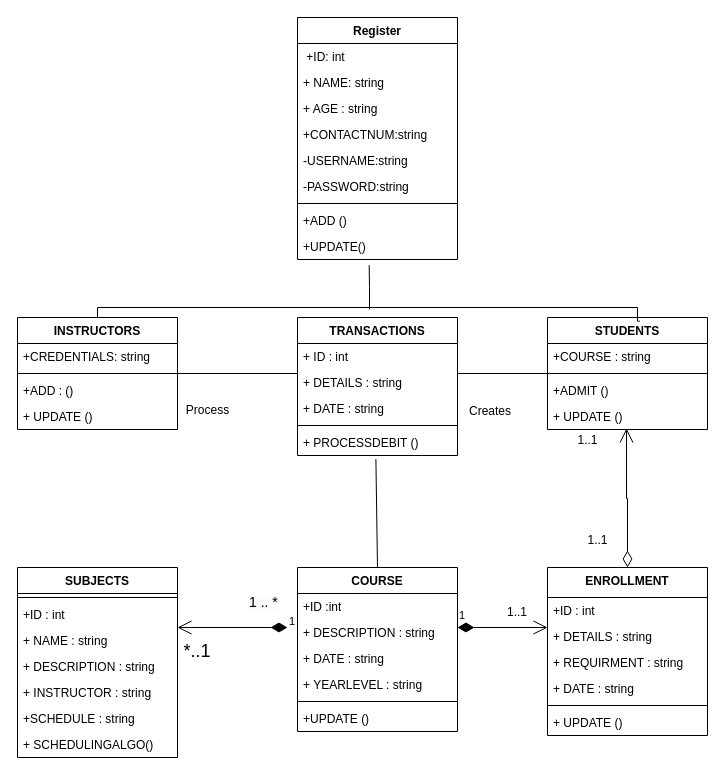
This is Class Diagram.drawio from rslatif/draw.io-, a draw.io file, before an edit. Source tidied: cells renumbered, new cells numbered last; positions are measured from the earlier drawing's top-left corner, leaving out a move shared by most shapes. Both pictures are drawn from the tidied source at 100%, with x=0, y=0 at pixel (17, 17).
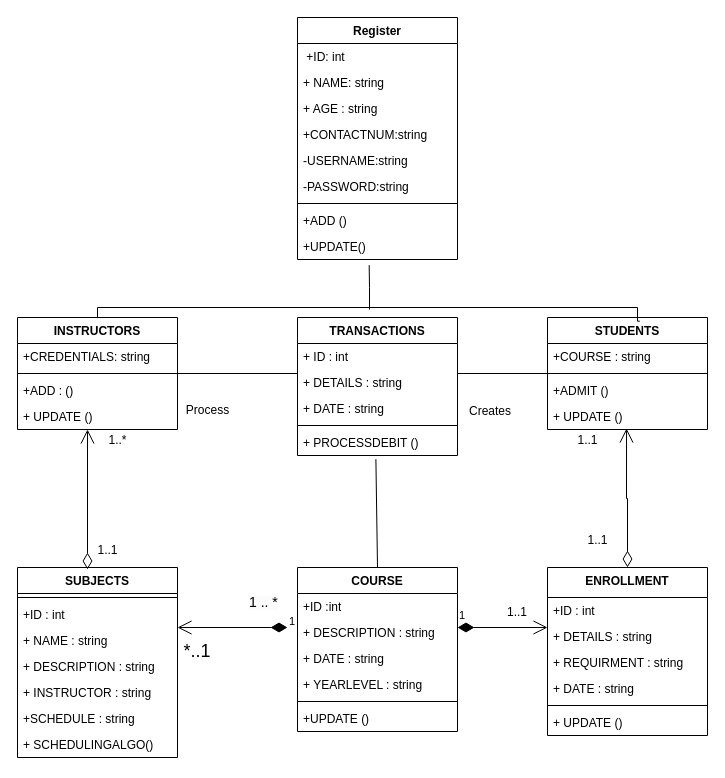
The same diagram, later.

Diff of the diagram source:
```diff
@@
+    <mxCell id="66" style="endArrow=open;html=1;endSize=12;startArrow=diamondThin;startSize=14;startFill=0;edgeStyle=orthogonalEdgeStyle;align=left;verticalAlign=bottom;rounded=0;" parent="1" edge="1">
+      <mxGeometry x="-1" y="3" relative="1" as="geometry">
+        <mxPoint x="70" y="552" as="sourcePoint" />
+        <mxPoint x="70" y="412" as="targetPoint" />
+      </mxGeometry>
+    </mxCell>
+    <mxCell id="67" value="1..*" style="text;html=1;align=center;verticalAlign=middle;strokeColor=none;fillColor=none;" parent="1" vertex="1">
+      <mxGeometry x="80" y="408" width="40" height="30" as="geometry" />
+    </mxCell>
+    <mxCell id="68" value="1..1" style="text;html=1;align=center;verticalAlign=middle;strokeColor=none;fillColor=none;" parent="1" vertex="1">
+      <mxGeometry x="70" y="518" width="40" height="30" as="geometry" />
+    </mxCell>
```
